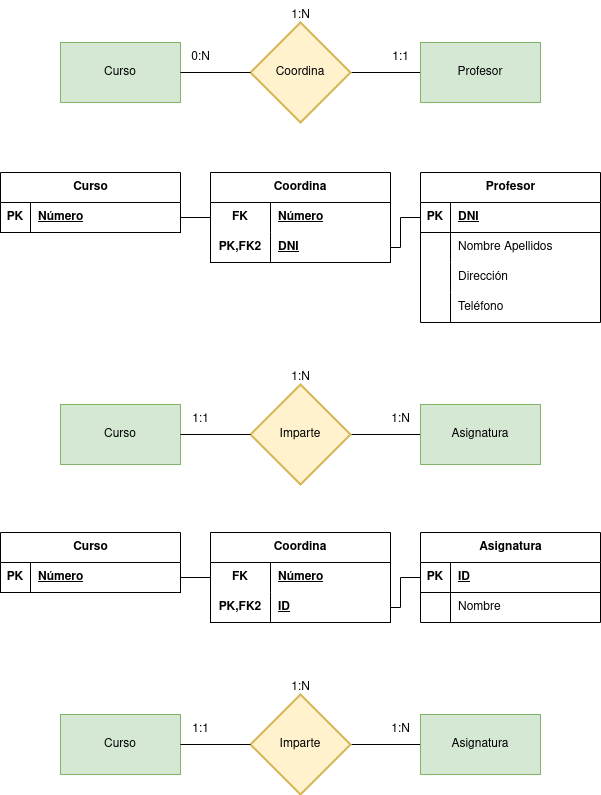
Before: tareas 1/Ejercicio calificable docente (MR-2).drawio.png, a diagram exported from draw.io (GermanOjeda/base-datos). Source tidied: cells renumbered, new cells last; positions are measured from the earlier drawing's top-left corner, leaving out a move shared by most shapes.
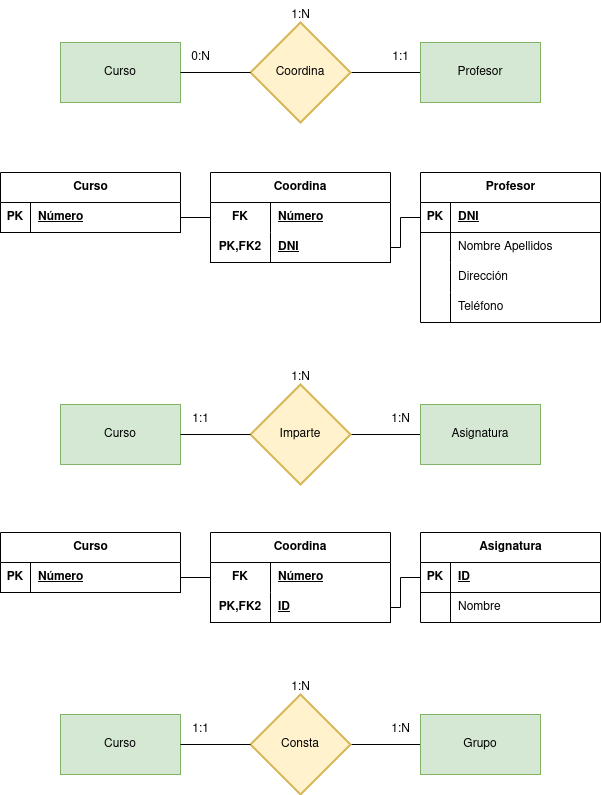
The same file after the commit.

Change to the diagram source:
```diff
@@ -194,10 +194,10 @@
     <mxCell id="65" style="edgeStyle=orthogonalEdgeStyle;rounded=0;jettySize=auto;html=1;exitX=1;exitY=0.5;exitDx=0;exitDy=0;exitPerimeter=0;entryX=0;entryY=0.5;entryDx=0;entryDy=0;endArrow=none;endFill=0;" parent="1" edge="1" source="66" target="67">
       <mxGeometry relative="1" as="geometry" />
     </mxCell>
-    <mxCell id="66" value="Imparte" style="strokeWidth=2;html=1;shape=mxgraph.flowchart.decision;whiteSpace=wrap;fillColor=#fff2cc;strokeColor=#d6b656;" parent="1" vertex="1">
+    <mxCell id="66" value="Consta" style="strokeWidth=2;html=1;shape=mxgraph.flowchart.decision;whiteSpace=wrap;fillColor=#fff2cc;strokeColor=#d6b656;" parent="1" vertex="1">
       <mxGeometry x="250" y="694" width="100" height="100" as="geometry" />
     </mxCell>
-    <mxCell id="67" value="Asignatura" style="rounded=0;whiteSpace=wrap;html=1;fillColor=#d5e8d4;strokeColor=#82b366;" parent="1" vertex="1">
+    <mxCell id="67" value="Grupo" style="rounded=0;whiteSpace=wrap;html=1;fillColor=#d5e8d4;strokeColor=#82b366;" parent="1" vertex="1">
       <mxGeometry x="420" y="714" width="120" height="60" as="geometry" />
     </mxCell>
     <mxCell id="68" style="rounded=0;jettySize=auto;html=1;exitX=1;exitY=0.5;exitDx=0;exitDy=0;entryX=0;entryY=0.5;entryDx=0;entryDy=0;entryPerimeter=0;endArrow=none;endFill=0;" parent="1" edge="1" source="64" target="66">
```
